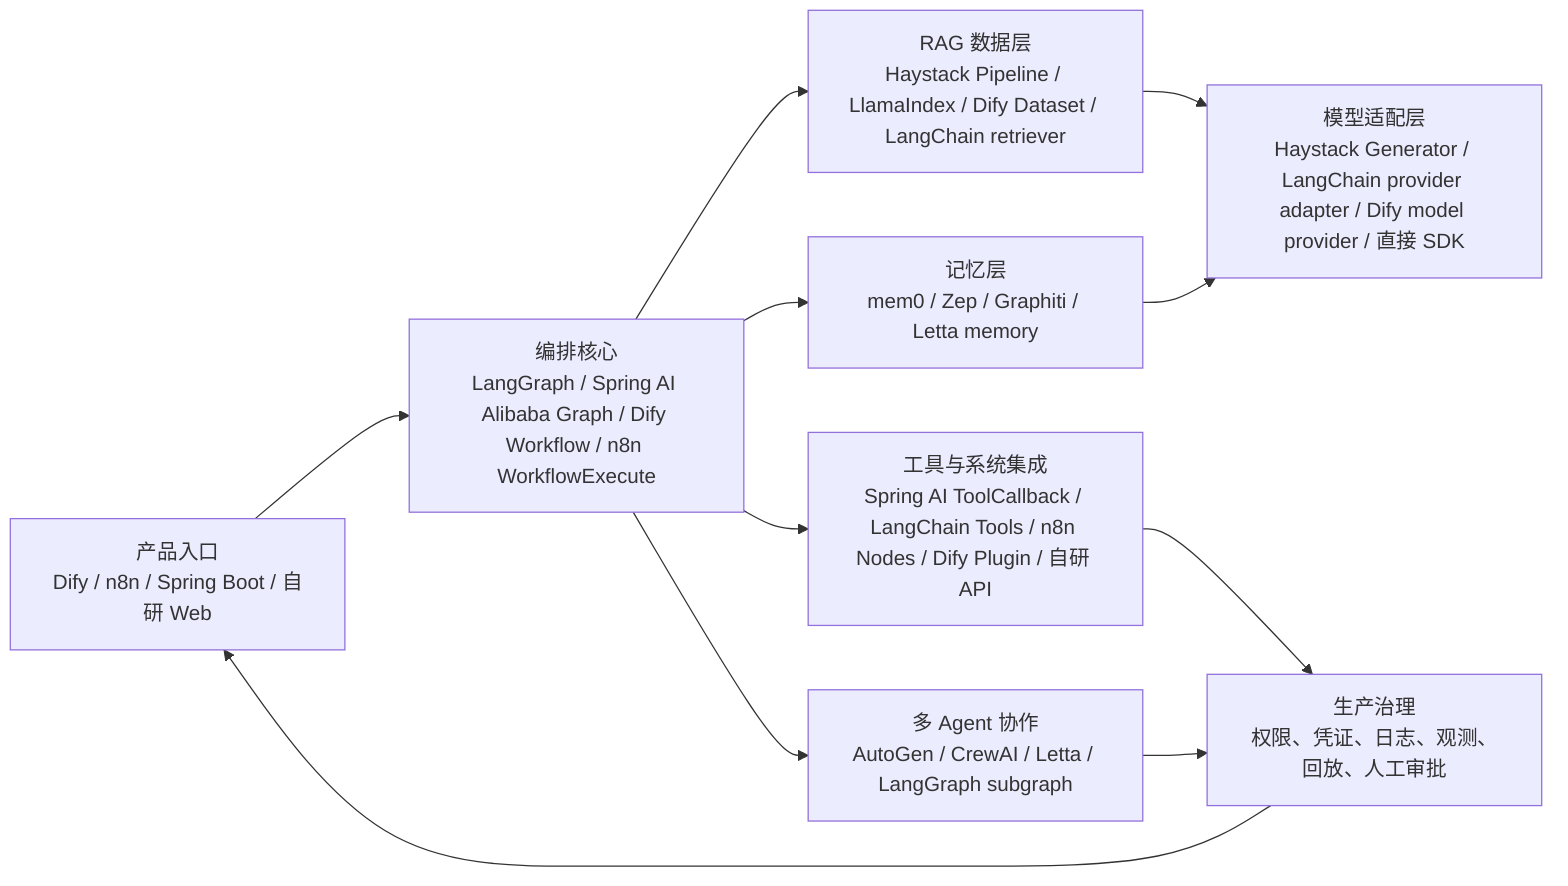
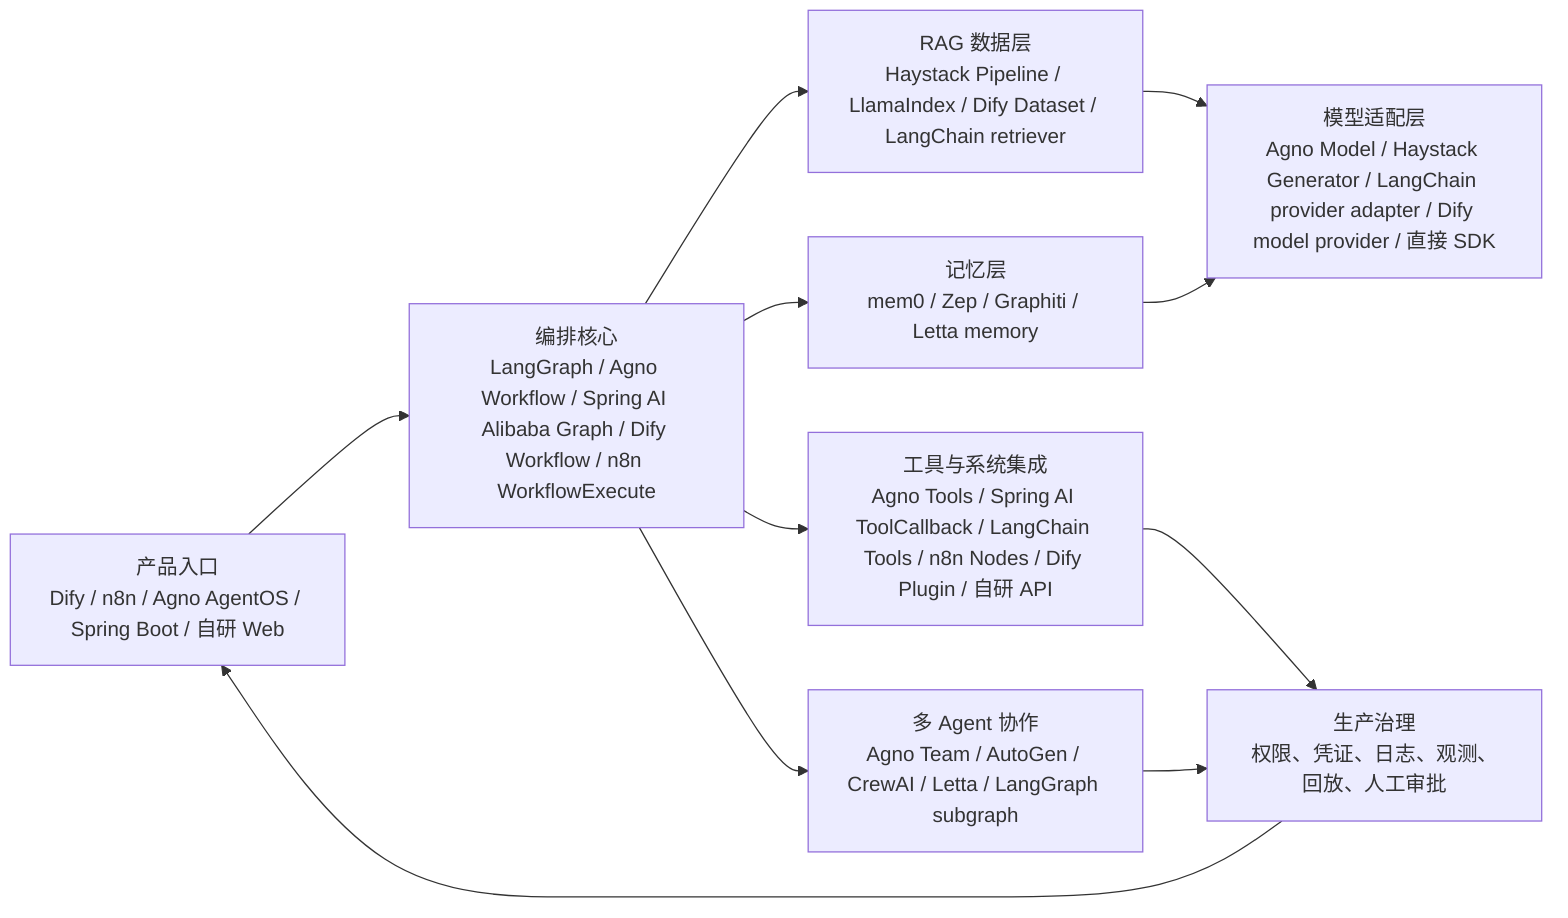
flowchart LR
-     UI["产品入口<br/>Dify / n8n / Spring Boot / 自研 Web"] --> Orchestrator["编排核心<br/>LangGraph / Spring AI Alibaba Graph / Dify Workflow / n8n WorkflowExecute"]
+     UI["产品入口<br/>Dify / n8n / Agno AgentOS / Spring Boot / 自研 Web"] --> Orchestrator["编排核心<br/>LangGraph / Agno Workflow / Spring AI Alibaba Graph / Dify Workflow / n8n WorkflowExecute"]
    Orchestrator --> RAG["RAG 数据层<br/>Haystack Pipeline / LlamaIndex / Dify Dataset / LangChain retriever"]
    Orchestrator --> Memory["记忆层<br/>mem0 / Zep / Graphiti / Letta memory"]
-     Orchestrator --> Tools["工具与系统集成<br/>Spring AI ToolCallback / LangChain Tools / n8n Nodes / Dify Plugin / 自研 API"]
-     Orchestrator --> Agent["多 Agent 协作<br/>AutoGen / CrewAI / Letta / LangGraph subgraph"]
-     RAG --> LLM["模型适配层<br/>Haystack Generator / LangChain provider adapter / Dify model provider / 直接 SDK"]
+     Orchestrator --> Tools["工具与系统集成<br/>Agno Tools / Spring AI ToolCallback / LangChain Tools / n8n Nodes / Dify Plugin / 自研 API"]
+     Orchestrator --> Agent["多 Agent 协作<br/>Agno Team / AutoGen / CrewAI / Letta / LangGraph subgraph"]
+     RAG --> LLM["模型适配层<br/>Agno Model / Haystack Generator / LangChain provider adapter / Dify model provider / 直接 SDK"]
    Memory --> LLM
    Tools --> Audit["生产治理<br/>权限、凭证、日志、观测、回放、人工审批"]
    Agent --> Audit
    Audit --> UI
